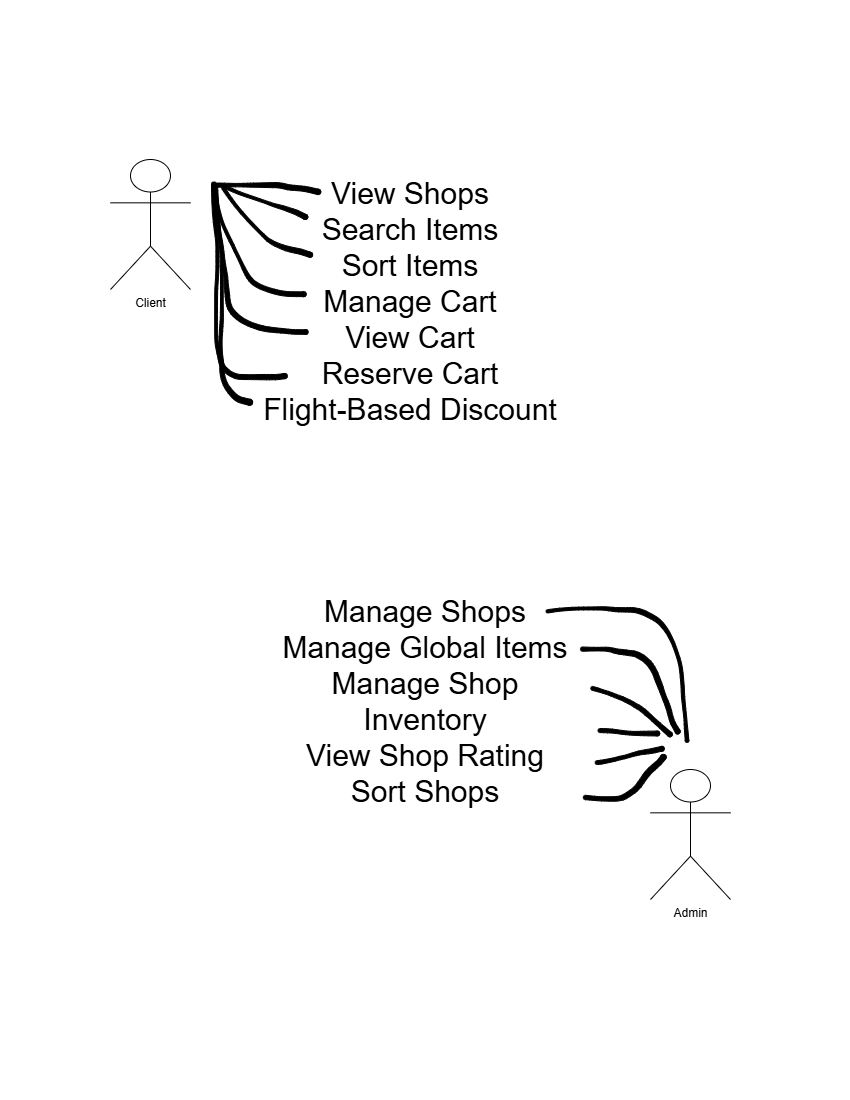
Earlier version of the draw.io export UseCaseDiagrams/UseCaseDiagram.drawio.png (cristian-alexutan/UBB-SE-2026-CoPilots). Source tidied: cells renumbered, new cells last; positions are measured from the earlier drawing's top-left corner, leaving out a move shared by most shapes. Source of this version:
```xml
<mxGraphModel>
  <root>
    <mxCell id="0" />
    <mxCell id="1" parent="0" />
    <mxCell id="2" value="Client" style="shape=umlActor;verticalLabelPosition=bottom;verticalAlign=top;html=1;outlineConnect=0;" parent="1" vertex="1">
      <mxGeometry y="50" width="80" height="130" as="geometry" />
    </mxCell>
    <mxCell id="3" value="Admin" style="shape=umlActor;verticalLabelPosition=bottom;verticalAlign=top;html=1;outlineConnect=0;" parent="1" vertex="1">
      <mxGeometry x="540" y="660" width="80" height="130" as="geometry" />
    </mxCell>
    <mxCell id="4" value="&lt;font style=&quot;font-size: 30px;&quot;&gt;View Shops&lt;/font&gt;&lt;div&gt;&lt;font style=&quot;font-size: 30px;&quot;&gt;Search Items&lt;/font&gt;&lt;/div&gt;&lt;div&gt;&lt;font style=&quot;font-size: 30px;&quot;&gt;Sort Items&lt;/font&gt;&lt;/div&gt;&lt;div&gt;&lt;font style=&quot;font-size: 30px;&quot;&gt;Manage Cart&lt;/font&gt;&lt;/div&gt;&lt;div&gt;&lt;font style=&quot;font-size: 30px;&quot;&gt;View Cart&lt;/font&gt;&lt;/div&gt;&lt;div&gt;&lt;font style=&quot;font-size: 30px;&quot;&gt;Reserve Cart&lt;/font&gt;&lt;/div&gt;&lt;div&gt;&lt;font style=&quot;font-size: 30px;&quot;&gt;Flight-Based Discount&lt;/font&gt;&lt;/div&gt;&lt;div&gt;&lt;br&gt;&lt;/div&gt;" style="text;html=1;whiteSpace=wrap;strokeColor=none;fillColor=none;align=center;verticalAlign=middle;rounded=0;" parent="1" vertex="1">
      <mxGeometry x="95" width="410" height="400" as="geometry" />
    </mxCell>
    <mxCell id="5" value="&lt;font style=&quot;font-size: 30px;&quot;&gt;Manage Shops&lt;/font&gt;&lt;div&gt;&lt;font style=&quot;font-size: 30px;&quot;&gt;Manage Global Items&lt;/font&gt;&lt;/div&gt;&lt;div&gt;&lt;font style=&quot;font-size: 30px;&quot;&gt;Manage Shop Inventory&lt;/font&gt;&lt;/div&gt;&lt;div&gt;&lt;font style=&quot;font-size: 30px;&quot;&gt;View Shop Rating&lt;/font&gt;&lt;/div&gt;&lt;div&gt;&lt;font style=&quot;font-size: 30px;&quot;&gt;Sort Shops&lt;/font&gt;&lt;/div&gt;&lt;div&gt;&lt;br&gt;&lt;/div&gt;" style="text;html=1;whiteSpace=wrap;strokeColor=none;fillColor=none;align=center;verticalAlign=middle;rounded=0;" parent="1" vertex="1">
      <mxGeometry x="155" y="430" width="320" height="340" as="geometry" />
    </mxCell>
    <mxCell id="6" style="shape=(stored shape, 1080 characters);lineShape=1;strokeColor=default;" parent="1" vertex="1">
      <mxGeometry x="103.5" y="73" width="106.7" height="12" as="geometry" />
    </mxCell>
    <mxCell id="7" style="shape=(stored shape, 968 characters);lineShape=1;strokeColor=default;" parent="1" vertex="1">
      <mxGeometry x="109.7" y="74" width="87.5" height="36" as="geometry" />
    </mxCell>
    <mxCell id="8" style="shape=(stored shape, 1000 characters);lineShape=1;strokeColor=default;" parent="1" vertex="1">
      <mxGeometry x="111.2" y="76.9" width="90.9" height="70.9" as="geometry" />
    </mxCell>
    <mxCell id="9" style="shape=(stored shape, 1284 characters);lineShape=1;strokeColor=default;" parent="1" vertex="1">
      <mxGeometry x="102.5" y="72.6" width="93.2" height="114.6" as="geometry" />
    </mxCell>
    <mxCell id="10" style="shape=(stored shape, 1492 characters);lineShape=1;strokeColor=default;" parent="1" vertex="1">
      <mxGeometry x="102.5" y="81.3" width="95.1" height="143.5" as="geometry" />
    </mxCell>
    <mxCell id="11" style="shape=(stored shape, 1464 characters);lineShape=1;strokeColor=default;" parent="1" vertex="1">
      <mxGeometry x="101" y="72.6" width="75.7" height="197.7" as="geometry" />
    </mxCell>
    <mxCell id="12" style="shape=(stored shape, 1436 characters);lineShape=1;strokeColor=default;" parent="1" vertex="1">
      <mxGeometry x="104" y="74.1" width="38.1" height="221.7" as="geometry" />
    </mxCell>
    <mxCell id="13" style="shape=(stored shape, 1520 characters);lineShape=1;strokeColor=default;" parent="1" vertex="1">
      <mxGeometry x="435.5" y="497.2" width="142.9" height="135.6" as="geometry" />
    </mxCell>
    <mxCell id="14" style="shape=(stored shape, 1260 characters);lineShape=1;strokeColor=default;" parent="1" vertex="1">
      <mxGeometry x="470" y="537.5" width="99.7" height="87" as="geometry" />
    </mxCell>
    <mxCell id="15" style="shape=(stored shape, 1040 characters);lineShape=1;strokeColor=default;" parent="1" vertex="1">
      <mxGeometry x="480.3" y="576.9" width="81.5" height="50.3" as="geometry" />
    </mxCell>
    <mxCell id="16" style="shape=(stored shape, 848 characters);lineShape=1;strokeColor=default;" parent="1" vertex="1">
      <mxGeometry x="487.5" y="619" width="61.6" height="7.5" as="geometry" />
    </mxCell>
    <mxCell id="17" style="shape=(stored shape, 944 characters);lineShape=1;strokeColor=default;" parent="1" vertex="1">
      <mxGeometry x="484.7" y="636.8" width="69.1" height="18.2" as="geometry" />
    </mxCell>
    <mxCell id="18" style="shape=(stored shape, 1060 characters);lineShape=1;strokeColor=default;" parent="1" vertex="1">
      <mxGeometry x="472.8" y="644.9" width="82.9" height="46.8" as="geometry" />
    </mxCell>
  </root>
</mxGraphModel>
```
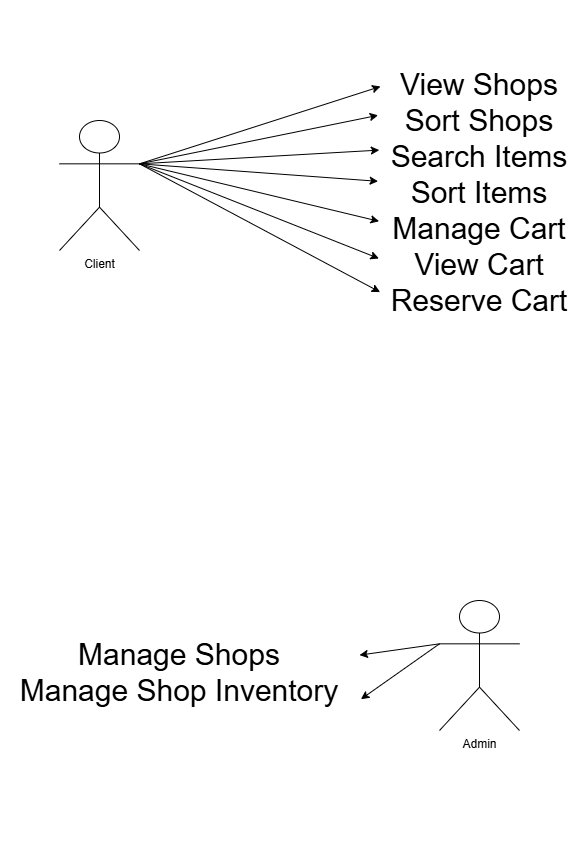
The same diagram one commit later.

What changed in the source:
```diff
@@ -3,55 +3,43 @@
     <mxCell id="0" />
     <mxCell id="1" parent="0" />
     <mxCell id="2" value="Client" style="shape=umlActor;verticalLabelPosition=bottom;verticalAlign=top;html=1;outlineConnect=0;" parent="1" vertex="1">
-      <mxGeometry y="50" width="80" height="130" as="geometry" />
+      <mxGeometry x="50" y="140" width="80" height="130" as="geometry" />
     </mxCell>
     <mxCell id="3" value="Admin" style="shape=umlActor;verticalLabelPosition=bottom;verticalAlign=top;html=1;outlineConnect=0;" parent="1" vertex="1">
-      <mxGeometry x="540" y="660" width="80" height="130" as="geometry" />
+      <mxGeometry x="430" y="620" width="80" height="130" as="geometry" />
     </mxCell>
-    <mxCell id="4" value="&lt;font style=&quot;font-size: 30px;&quot;&gt;View Shops&lt;/font&gt;&lt;div&gt;&lt;font style=&quot;font-size: 30px;&quot;&gt;Search Items&lt;/font&gt;&lt;/div&gt;&lt;div&gt;&lt;font style=&quot;font-size: 30px;&quot;&gt;Sort Items&lt;/font&gt;&lt;/div&gt;&lt;div&gt;&lt;font style=&quot;font-size: 30px;&quot;&gt;Manage Cart&lt;/font&gt;&lt;/div&gt;&lt;div&gt;&lt;font style=&quot;font-size: 30px;&quot;&gt;View Cart&lt;/font&gt;&lt;/div&gt;&lt;div&gt;&lt;font style=&quot;font-size: 30px;&quot;&gt;Reserve Cart&lt;/font&gt;&lt;/div&gt;&lt;div&gt;&lt;font style=&quot;font-size: 30px;&quot;&gt;Flight-Based Discount&lt;/font&gt;&lt;/div&gt;&lt;div&gt;&lt;br&gt;&lt;/div&gt;" style="text;html=1;whiteSpace=wrap;strokeColor=none;fillColor=none;align=center;verticalAlign=middle;rounded=0;" parent="1" vertex="1">
-      <mxGeometry x="95" width="410" height="400" as="geometry" />
+    <mxCell id="4" value="&lt;font style=&quot;font-size: 30px;&quot;&gt;View Shops&lt;/font&gt;&lt;div&gt;&lt;span style=&quot;font-size: 30px;&quot;&gt;Sort Shops&lt;br&gt;&lt;/span&gt;&lt;div&gt;&lt;font style=&quot;font-size: 30px;&quot;&gt;Search Items&lt;/font&gt;&lt;/div&gt;&lt;div&gt;&lt;font style=&quot;font-size: 30px;&quot;&gt;Sort Items&lt;/font&gt;&lt;/div&gt;&lt;div&gt;&lt;font style=&quot;font-size: 30px;&quot;&gt;Manage Cart&lt;/font&gt;&lt;/div&gt;&lt;div&gt;&lt;font style=&quot;font-size: 30px;&quot;&gt;View Cart&lt;/font&gt;&lt;/div&gt;&lt;div&gt;&lt;font style=&quot;font-size: 30px;&quot;&gt;Reserve Cart&lt;/font&gt;&lt;/div&gt;&lt;div&gt;&lt;br&gt;&lt;/div&gt;&lt;/div&gt;" style="text;html=1;whiteSpace=wrap;strokeColor=none;fillColor=none;align=center;verticalAlign=middle;rounded=0;" parent="1" vertex="1">
+      <mxGeometry x="370" y="20" width="200" height="400" as="geometry" />
     </mxCell>
-    <mxCell id="5" value="&lt;font style=&quot;font-size: 30px;&quot;&gt;Manage Shops&lt;/font&gt;&lt;div&gt;&lt;font style=&quot;font-size: 30px;&quot;&gt;Manage Global Items&lt;/font&gt;&lt;/div&gt;&lt;div&gt;&lt;font style=&quot;font-size: 30px;&quot;&gt;Manage Shop Inventory&lt;/font&gt;&lt;/div&gt;&lt;div&gt;&lt;font style=&quot;font-size: 30px;&quot;&gt;View Shop Rating&lt;/font&gt;&lt;/div&gt;&lt;div&gt;&lt;font style=&quot;font-size: 30px;&quot;&gt;Sort Shops&lt;/font&gt;&lt;/div&gt;&lt;div&gt;&lt;br&gt;&lt;/div&gt;" style="text;html=1;whiteSpace=wrap;strokeColor=none;fillColor=none;align=center;verticalAlign=middle;rounded=0;" parent="1" vertex="1">
-      <mxGeometry x="155" y="430" width="320" height="340" as="geometry" />
+    <mxCell id="5" value="&lt;font style=&quot;font-size: 30px;&quot;&gt;Manage Shops&lt;/font&gt;&lt;div&gt;&lt;font style=&quot;font-size: 30px;&quot;&gt;Manage Shop Inventory&lt;/font&gt;&lt;/div&gt;&lt;div&gt;&lt;br&gt;&lt;/div&gt;" style="text;html=1;whiteSpace=wrap;strokeColor=none;fillColor=none;align=center;verticalAlign=middle;rounded=0;" parent="1" vertex="1">
+      <mxGeometry x="-10" y="530" width="360" height="340" as="geometry" />
     </mxCell>
-    <mxCell id="6" style="shape=(stored shape, 1080 characters);lineShape=1;strokeColor=default;" parent="1" vertex="1">
-      <mxGeometry x="103.5" y="73" width="106.7" height="12" as="geometry" />
-    </mxCell>
-    <mxCell id="7" style="shape=(stored shape, 968 characters);lineShape=1;strokeColor=default;" parent="1" vertex="1">
-      <mxGeometry x="109.7" y="74" width="87.5" height="36" as="geometry" />
-    </mxCell>
-    <mxCell id="8" style="shape=(stored shape, 1000 characters);lineShape=1;strokeColor=default;" parent="1" vertex="1">
-      <mxGeometry x="111.2" y="76.9" width="90.9" height="70.9" as="geometry" />
-    </mxCell>
-    <mxCell id="9" style="shape=(stored shape, 1284 characters);lineShape=1;strokeColor=default;" parent="1" vertex="1">
-      <mxGeometry x="102.5" y="72.6" width="93.2" height="114.6" as="geometry" />
-    </mxCell>
-    <mxCell id="10" style="shape=(stored shape, 1492 characters);lineShape=1;strokeColor=default;" parent="1" vertex="1">
-      <mxGeometry x="102.5" y="81.3" width="95.1" height="143.5" as="geometry" />
-    </mxCell>
-    <mxCell id="11" style="shape=(stored shape, 1464 characters);lineShape=1;strokeColor=default;" parent="1" vertex="1">
-      <mxGeometry x="101" y="72.6" width="75.7" height="197.7" as="geometry" />
-    </mxCell>
-    <mxCell id="12" style="shape=(stored shape, 1436 characters);lineShape=1;strokeColor=default;" parent="1" vertex="1">
-      <mxGeometry x="104" y="74.1" width="38.1" height="221.7" as="geometry" />
-    </mxCell>
-    <mxCell id="13" style="shape=(stored shape, 1520 characters);lineShape=1;strokeColor=default;" parent="1" vertex="1">
-      <mxGeometry x="435.5" y="497.2" width="142.9" height="135.6" as="geometry" />
-    </mxCell>
-    <mxCell id="14" style="shape=(stored shape, 1260 characters);lineShape=1;strokeColor=default;" parent="1" vertex="1">
-      <mxGeometry x="470" y="537.5" width="99.7" height="87" as="geometry" />
-    </mxCell>
-    <mxCell id="15" style="shape=(stored shape, 1040 characters);lineShape=1;strokeColor=default;" parent="1" vertex="1">
-      <mxGeometry x="480.3" y="576.9" width="81.5" height="50.3" as="geometry" />
-    </mxCell>
-    <mxCell id="16" style="shape=(stored shape, 848 characters);lineShape=1;strokeColor=default;" parent="1" vertex="1">
-      <mxGeometry x="487.5" y="619" width="61.6" height="7.5" as="geometry" />
-    </mxCell>
-    <mxCell id="17" style="shape=(stored shape, 944 characters);lineShape=1;strokeColor=default;" parent="1" vertex="1">
-      <mxGeometry x="484.7" y="636.8" width="69.1" height="18.2" as="geometry" />
-    </mxCell>
-    <mxCell id="18" style="shape=(stored shape, 1060 characters);lineShape=1;strokeColor=default;" parent="1" vertex="1">
-      <mxGeometry x="472.8" y="644.9" width="82.9" height="46.8" as="geometry" />
-    </mxCell>
+    <mxCell id="19" style="endArrow=classic;html=1;rounded=0;curved=0;entryX=0.005;entryY=0.215;entryDx=0;entryDy=0;entryPerimeter=0;exitX=1;exitY=0.3333333333333333;exitDx=0;exitDy=0;exitPerimeter=0;" parent="1" edge="1" source="2" target="4">
+      <mxGeometry relative="1" as="geometry" />
+    </mxCell>
+    <mxCell id="20" style="endArrow=classic;html=1;rounded=0;curved=0;entryX=-0.007;entryY=0.287;entryDx=0;entryDy=0;entryPerimeter=0;exitX=1;exitY=0.3333333333333333;exitDx=0;exitDy=0;exitPerimeter=0;" parent="1" edge="1" source="2" target="4">
+      <mxGeometry relative="1" as="geometry" />
+    </mxCell>
+    <mxCell id="21" style="endArrow=classic;html=1;rounded=0;curved=0;entryX=-0.001;entryY=0.374;entryDx=0;entryDy=0;entryPerimeter=0;exitX=1;exitY=0.3333333333333333;exitDx=0;exitDy=0;exitPerimeter=0;" parent="1" edge="1" source="2" target="4">
+      <mxGeometry relative="1" as="geometry" />
+    </mxCell>
+    <mxCell id="22" style="endArrow=classic;html=1;rounded=0;curved=0;entryX=-0.007;entryY=0.452;entryDx=0;entryDy=0;entryPerimeter=0;exitX=1;exitY=0.3333333333333333;exitDx=0;exitDy=0;exitPerimeter=0;" parent="1" edge="1" source="2" target="4">
+      <mxGeometry relative="1" as="geometry" />
+    </mxCell>
+    <mxCell id="23" style="endArrow=classic;html=1;rounded=0;curved=0;entryX=-0.002;entryY=0.552;entryDx=0;entryDy=0;entryPerimeter=0;exitX=1;exitY=0.3333333333333333;exitDx=0;exitDy=0;exitPerimeter=0;" parent="1" edge="1" source="2" target="4">
+      <mxGeometry relative="1" as="geometry" />
+    </mxCell>
+    <mxCell id="24" style="endArrow=classic;html=1;rounded=0;curved=0;entryX=-0.003;entryY=0.645;entryDx=0;entryDy=0;entryPerimeter=0;exitX=1;exitY=0.3333333333333333;exitDx=0;exitDy=0;exitPerimeter=0;" parent="1" edge="1" source="2" target="4">
+      <mxGeometry relative="1" as="geometry" />
+    </mxCell>
+    <mxCell id="25" style="endArrow=classic;html=1;rounded=0;curved=0;entryX=0.003;entryY=0.729;entryDx=0;entryDy=0;entryPerimeter=0;exitX=1;exitY=0.3333333333333333;exitDx=0;exitDy=0;exitPerimeter=0;" parent="1" edge="1" source="2" target="4">
+      <mxGeometry relative="1" as="geometry" />
+    </mxCell>
+    <mxCell id="26" style="endArrow=classic;html=1;rounded=0;curved=0;exitX=0;exitY=0.3333333333333333;exitDx=0;exitDy=0;exitPerimeter=0;" parent="1" edge="1" source="3" target="5">
+      <mxGeometry relative="1" as="geometry" />
+    </mxCell>
+    <mxCell id="27" style="endArrow=classic;html=1;rounded=0;curved=0;exitX=0;exitY=0.3333333333333333;exitDx=0;exitDy=0;exitPerimeter=0;entryX=1.004;entryY=0.555;entryDx=0;entryDy=0;entryPerimeter=0;" parent="1" edge="1" source="3" target="5">
+      <mxGeometry relative="1" as="geometry" />
+    </mxCell>
   </root>
 </mxGraphModel>
```
